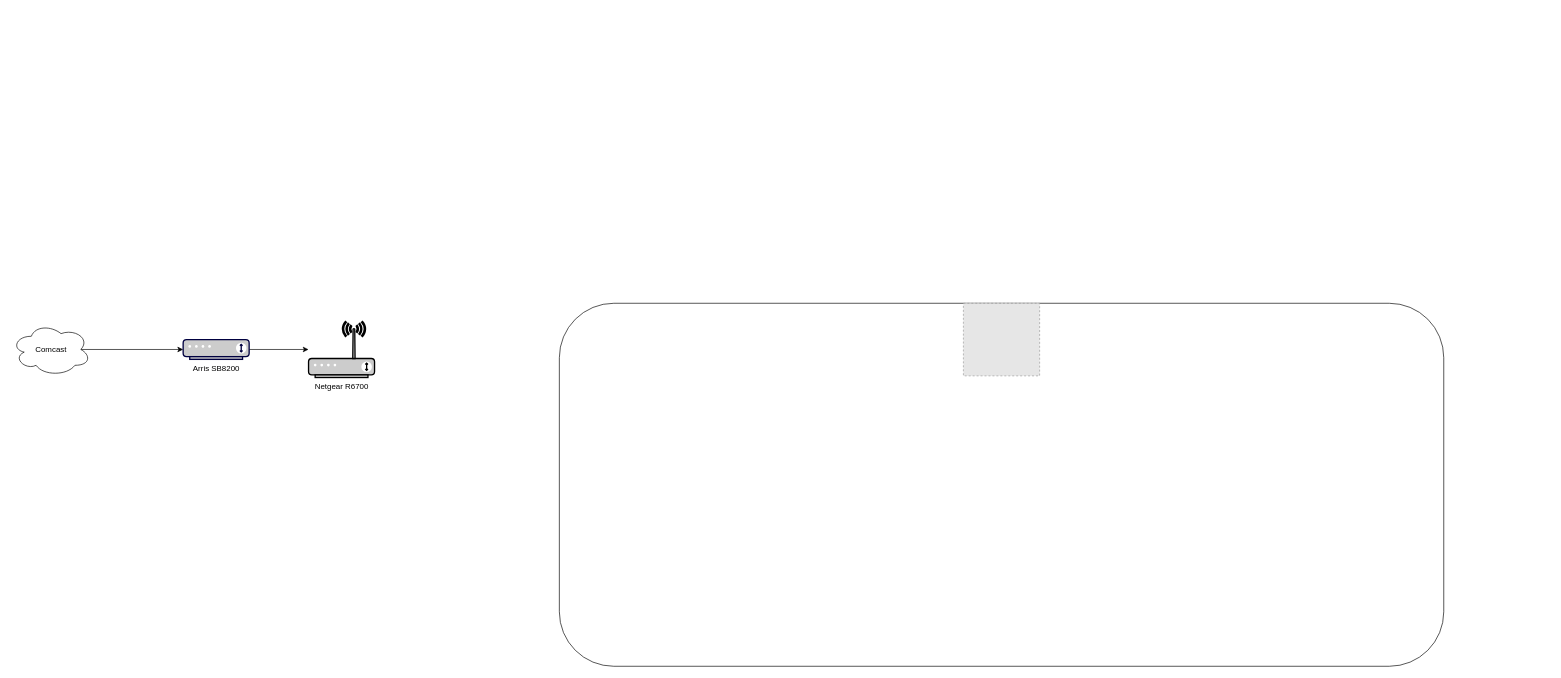
Earlier version of the draw.io diagram homelab.drawio (AlbinoGazelle/AlbinoGazelle). Source tidied: cells renumbered, new cells numbered last; positions are measured from the earlier drawing's top-left corner, leaving out a move shared by most shapes. Both pictures are drawn from the tidied source at 66%, with x=0, y=0 at pixel (11, 303). Pictures stored in the file or linked from it are replaced by grey dashed boxes.
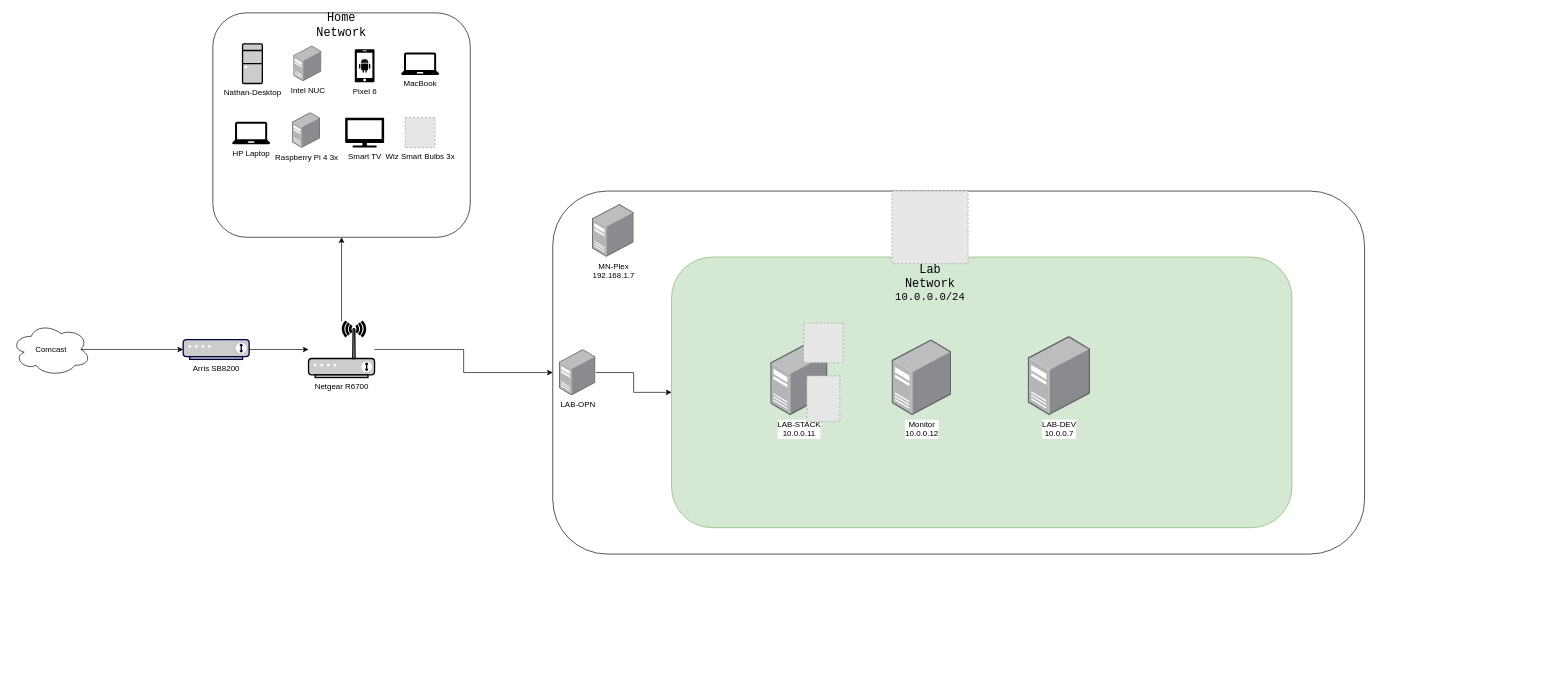
Above is the later version.

The change refers to these unchanged cells:
```xml
<mxCell id="8" value="&lt;font color=&quot;#000000&quot;&gt;Netgear R6700&lt;br&gt;&lt;/font&gt;" style="fontColor=#0066CC;verticalAlign=top;verticalLabelPosition=bottom;labelPosition=center;align=center;html=1;outlineConnect=0;fillColor=#CCCCCC;strokeColor=#000000;gradientColor=none;gradientDirection=north;strokeWidth=2;shape=mxgraph.networks.wireless_modem;" parent="1" vertex="1">
  <mxGeometry x="450" y="27.5" width="100" height="85" as="geometry" />
</mxCell>
```

What changed in the source:
```diff
@@
-    <mxCell id="2" style="rounded=1;whiteSpace=wrap;html=1;" parent="1" vertex="1">
-      <mxGeometry x="830" width="1340" height="550" as="geometry" />
-    </mxCell>
-    <mxCell id="3" style="fillColor=#E6E6E6;strokeColor=#999999;dashed=1;verticalLabelPosition=bottom;labelBackgroundColor=default;verticalAlign=top;" parent="1" vertex="1">
-      <mxGeometry x="1442.2" width="115.5" height="110" as="geometry" />
-    </mxCell>
@@
+    <mxCell id="9" style="edgeStyle=orthogonalEdgeStyle;rounded=0;jettySize=auto;html=1;entryX=0.5;entryY=1;entryDx=0;entryDy=0;" parent="1" edge="1" source="8" target="22">
+      <mxGeometry relative="1" as="geometry" />
+    </mxCell>
+    <mxCell id="10" style="edgeStyle=orthogonalEdgeStyle;rounded=0;jettySize=auto;html=1;entryX=0;entryY=0.5;entryDx=0;entryDy=0;" parent="1" edge="1" source="8" target="2">
+      <mxGeometry relative="1" as="geometry" />
+    </mxCell>
@@
+    <mxCell id="11" style="group;" parent="1" vertex="1">
+      <mxGeometry x="820" y="-170" width="1510" height="550" as="geometry" />
+    </mxCell>
+    <mxCell id="2" style="rounded=1;whiteSpace=wrap;html=1;" parent="11" vertex="1">
+      <mxGeometry width="1230" height="550" as="geometry" />
+    </mxCell>
+    <mxCell id="12" style="edgeStyle=orthogonalEdgeStyle;rounded=0;jettySize=auto;html=1;entryX=0;entryY=0.5;entryDx=0;entryDy=0;" parent="11" edge="1" source="13" target="14">
+      <mxGeometry relative="1" as="geometry" />
+    </mxCell>
+    <mxCell id="13" value="LAB-OPN" style="points=[];html=1;align=center;shadow=0;dashed=0;image;image=img/lib/allied_telesis/computer_and_terminals/Server_Desktop.svg;" parent="11" vertex="1">
+      <mxGeometry x="10" y="240" width="55.2" height="70" as="geometry" />
+    </mxCell>
+    <mxCell id="14" style="rounded=1;whiteSpace=wrap;html=1;fillColor=#d5e8d4;strokeColor=#82b366;" parent="11" vertex="1">
+      <mxGeometry x="180" y="100" width="940" height="410" as="geometry" />
+    </mxCell>
+    <mxCell id="3" style="fillColor=#E6E6E6;strokeColor=#999999;dashed=1;verticalLabelPosition=bottom;labelBackgroundColor=default;verticalAlign=top;" parent="11" vertex="1">
+      <mxGeometry x="513.8" width="115.5" height="110" as="geometry" />
+    </mxCell>
+    <mxCell id="15" value="&lt;div&gt;LAB-STACK&lt;/div&gt;&lt;div&gt;10.0.0.11&lt;br&gt;&lt;/div&gt;" style="html=1;align=center;shadow=0;dashed=0;image;image=img/lib/allied_telesis/computer_and_terminals/Server_Desktop.svg;" parent="11" vertex="1">
+      <mxGeometry x="330" y="230" width="86.8" height="110" as="geometry" />
+    </mxCell>
+    <mxCell id="16" value="&lt;div&gt;Monitor&lt;/div&gt;10.0.0.12" style="html=1;align=center;shadow=0;dashed=0;image;image=img/lib/allied_telesis/computer_and_terminals/Server_Desktop.svg;" parent="11" vertex="1">
+      <mxGeometry x="513.8" y="225.2" width="90.6" height="114.8" as="geometry" />
+    </mxCell>
+    <mxCell id="17" value="&lt;div&gt;MN-Plex&lt;/div&gt;&lt;div&gt;192.168.1.7&lt;br&gt;&lt;/div&gt;" style="html=1;align=center;shadow=0;dashed=0;image;image=img/lib/allied_telesis/computer_and_terminals/Server_Desktop.svg;" parent="11" vertex="1">
+      <mxGeometry x="60" y="20" width="63.1" height="80" as="geometry" />
+    </mxCell>
+    <mxCell id="18" value="&lt;div&gt;LAB-DEV&lt;br&gt;&lt;/div&gt;10.0.0.7" style="html=1;align=center;shadow=0;dashed=0;image;image=img/lib/allied_telesis/computer_and_terminals/Server_Desktop.svg;" parent="11" vertex="1">
+      <mxGeometry x="720" y="220" width="94.7" height="120" as="geometry" />
+    </mxCell>
+    <mxCell id="19" value="&lt;div&gt;&lt;font style=&quot;font-size: 18px;&quot; face=&quot;Courier New&quot;&gt;Lab Network&lt;br&gt;&lt;/font&gt;&lt;/div&gt;&lt;div&gt;&lt;font size=&quot;3&quot; face=&quot;Courier New&quot;&gt;10.0.0.0/24&lt;/font&gt;&lt;/div&gt;" style="text;html=1;strokeColor=none;fillColor=none;align=center;verticalAlign=middle;whiteSpace=wrap;rounded=0;" parent="11" vertex="1">
+      <mxGeometry x="526.5" y="120" width="90" height="40" as="geometry" />
+    </mxCell>
+    <mxCell id="20" style="fillColor=#E6E6E6;strokeColor=#999999;dashed=1;verticalLabelPosition=bottom;labelBackgroundColor=default;verticalAlign=top;" parent="11" vertex="1">
+      <mxGeometry x="380" y="200" width="60" height="60" as="geometry" />
+    </mxCell>
+    <mxCell id="21" style="fillColor=#E6E6E6;strokeColor=#999999;dashed=1;verticalLabelPosition=bottom;labelBackgroundColor=default;verticalAlign=top;" parent="11" vertex="1">
+      <mxGeometry x="385" y="280" width="50" height="69" as="geometry" />
+    </mxCell>
+    <mxCell id="22" style="rounded=1;whiteSpace=wrap;html=1;" parent="1" vertex="1">
+      <mxGeometry x="305" y="-440" width="390" height="340" as="geometry" />
+    </mxCell>
+    <mxCell id="23" value="&lt;font face=&quot;Courier New&quot;&gt;&lt;font style=&quot;font-size: 18px;&quot;&gt;Home Network&lt;/font&gt;&lt;br&gt;&lt;/font&gt;" style="text;html=1;strokeColor=none;fillColor=none;align=center;verticalAlign=middle;whiteSpace=wrap;rounded=0;" parent="1" vertex="1">
+      <mxGeometry x="470" y="-436" width="60" height="30" as="geometry" />
+    </mxCell>
+    <mxCell id="24" value="&lt;font color=&quot;#000000&quot;&gt;Nathan-Desktop&lt;br&gt;&lt;/font&gt;" style="fontColor=#0066CC;verticalAlign=top;verticalLabelPosition=bottom;labelPosition=center;align=center;html=1;fillColor=#CCCCCC;strokeColor=#000000;gradientColor=none;gradientDirection=north;strokeWidth=2;shape=mxgraph.networks.desktop_pc;" parent="1" vertex="1">
+      <mxGeometry x="350" y="-393" width="30" height="60" as="geometry" />
+    </mxCell>
+    <mxCell id="25" value="Intel NUC" style="html=1;align=center;shadow=0;dashed=0;image;image=img/lib/allied_telesis/computer_and_terminals/Server_Desktop.svg;" parent="1" vertex="1">
+      <mxGeometry x="427.4" y="-390" width="42.6" height="54" as="geometry" />
+    </mxCell>
+    <mxCell id="26" value="Pixel 6" style="sketch=0;shadow=0;dashed=0;html=1;strokeColor=none;labelPosition=center;verticalLabelPosition=bottom;verticalAlign=top;align=center;fillColor=#000000;shape=mxgraph.mscae.enterprise.android_phone;" parent="1" vertex="1">
+      <mxGeometry x="520" y="-385" width="30" height="50" as="geometry" />
+    </mxCell>
+    <mxCell id="27" value="&lt;div&gt;HP Laptop&lt;/div&gt;&lt;div&gt;&lt;br&gt;&lt;/div&gt;" style="sketch=0;shadow=0;dashed=0;html=1;strokeColor=none;fillColor=#000000;labelPosition=center;verticalLabelPosition=bottom;verticalAlign=top;align=center;shape=mxgraph.office.devices.laptop;" parent="1" vertex="1">
+      <mxGeometry x="334" y="-275" width="58" height="34" as="geometry" />
+    </mxCell>
+    <mxCell id="28" value="&lt;div&gt;MacBook&lt;/div&gt;&lt;div&gt;&lt;br&gt;&lt;/div&gt;" style="sketch=0;shadow=0;dashed=0;html=1;strokeColor=none;fillColor=#000000;labelPosition=center;verticalLabelPosition=bottom;verticalAlign=top;align=center;shape=mxgraph.office.devices.laptop;" parent="1" vertex="1">
+      <mxGeometry x="590" y="-380" width="58" height="34" as="geometry" />
+    </mxCell>
+    <mxCell id="29" value="Wiz Smart Bulbs 3x" style="fillColor=#E6E6E6;strokeColor=#999999;dashed=1;html=1;verticalAlign=top;verticalLabelPosition=bottom;labelBackgroundColor=#ffffff;" parent="1" vertex="1">
+      <mxGeometry x="596.3" y="-281.4" width="45.4" height="45.4" as="geometry" />
+    </mxCell>
+    <mxCell id="30" value="Smart TV" style="sketch=0;shadow=0;dashed=0;html=1;strokeColor=none;fillColor=#000000;labelPosition=center;verticalLabelPosition=bottom;verticalAlign=top;align=center;shape=mxgraph.office.devices.tv;" parent="1" vertex="1">
+      <mxGeometry x="505.5" y="-281" width="59" height="45" as="geometry" />
+    </mxCell>
+    <mxCell id="31" value="Raspberry Pi 4 3x" style="html=1;align=center;shadow=0;dashed=0;image;image=img/lib/allied_telesis/computer_and_terminals/Server_Desktop.svg;" parent="1" vertex="1">
+      <mxGeometry x="425.4" y="-289" width="42.6" height="54" as="geometry" />
+    </mxCell>
```
